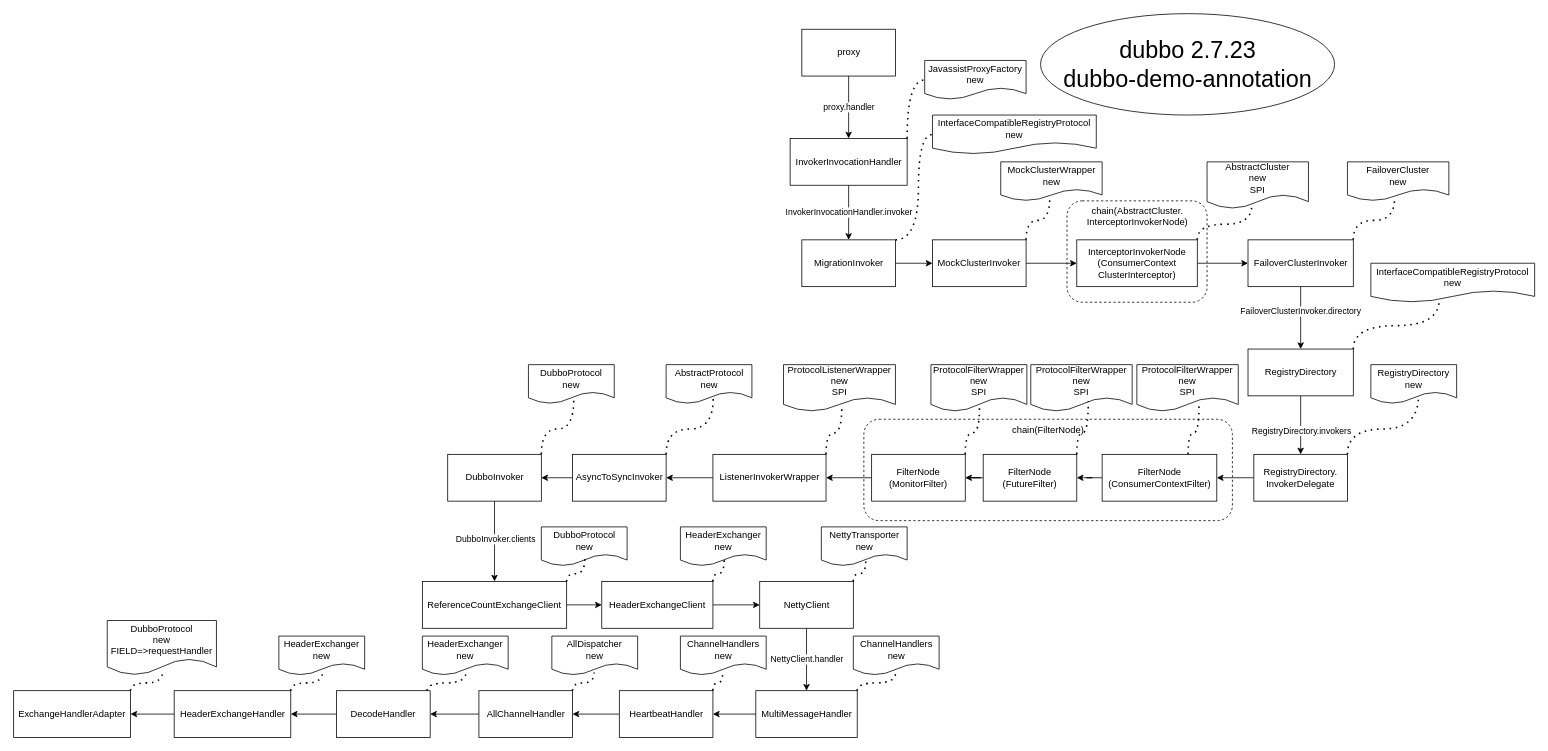
Earlier version of the draw.io diagram page "消费者对象关系" (1 of 4) of diagrams/structural-diagram.drawio (quec1994/dubbo-commentary). Source tidied: cells renumbered, new cells numbered last; positions are measured from the earlier drawing's top-left corner, leaving out a move shared by most shapes. Both pictures are drawn from the tidied source at 78%, with x=0, y=0 at pixel (13, 13).
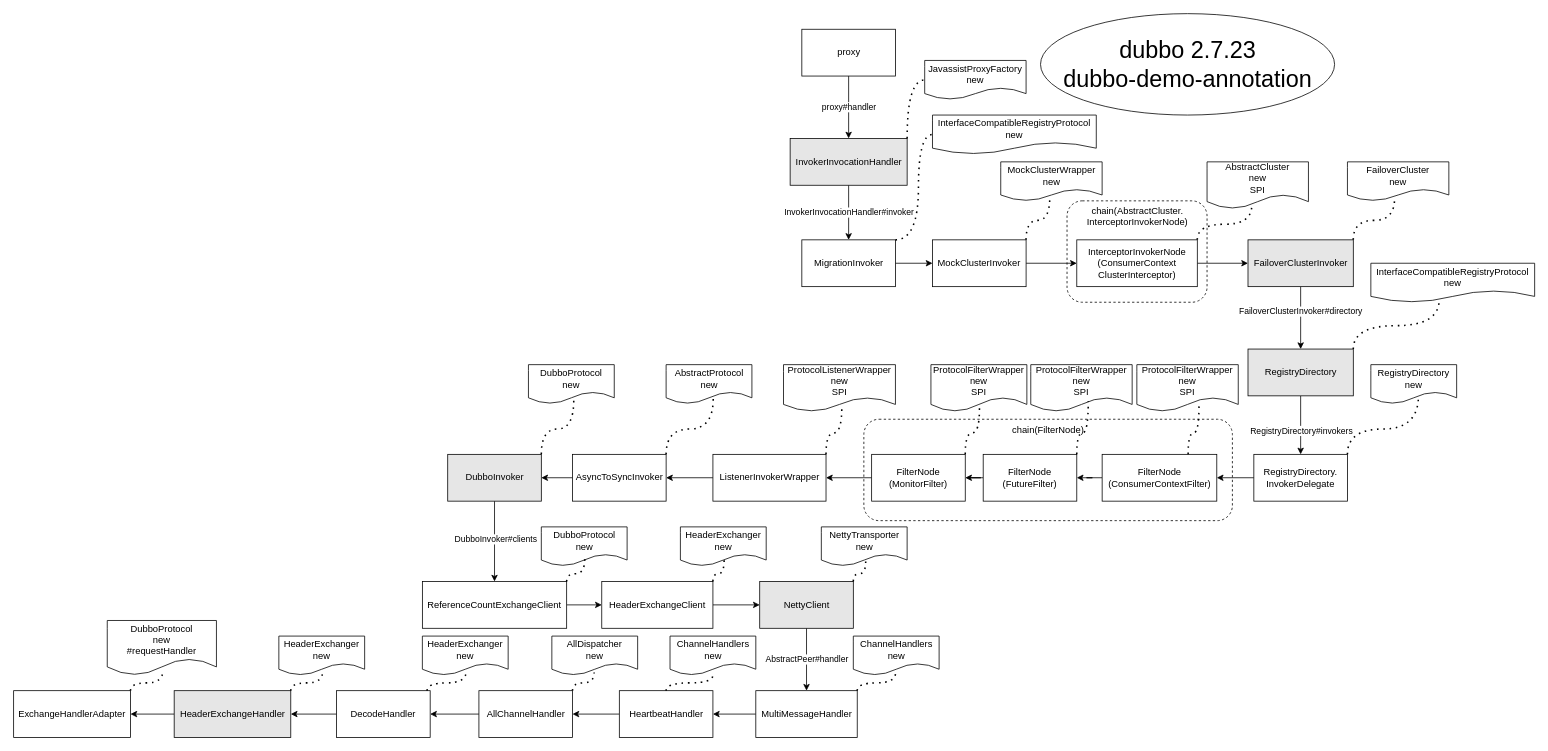
Above is the later version.

Unchanged cells that the change refers to:
```xml
<mxCell id="6" value="MigrationInvoker" style="whiteSpace=wrap;html=1;rounded=0;" parent="1" vertex="1">
  <mxGeometry x="1010.5" y="290" width="120" height="60" as="geometry" />
</mxCell>
<mxCell id="11" style="edgeStyle=orthogonalEdgeStyle;rounded=0;jettySize=auto;html=1;" parent="1" edge="1" source="13" target="16">
  <mxGeometry relative="1" as="geometry" />
</mxCell>
<mxCell id="14" style="edgeStyle=orthogonalEdgeStyle;rounded=0;jettySize=auto;html=1;" parent="1" edge="1" source="16" target="19">
  <mxGeometry relative="1" as="geometry" />
</mxCell>
<mxCell id="24" style="edgeStyle=orthogonalEdgeStyle;rounded=0;jettySize=auto;html=1;" parent="1" edge="1" source="26" target="28">
  <mxGeometry relative="1" as="geometry" />
</mxCell>
<mxCell id="34" value="MultiMessageHandler" style="whiteSpace=wrap;html=1;rounded=0;" parent="1" vertex="1">
  <mxGeometry x="951.5" y="868" width="130" height="60" as="geometry" />
</mxCell>
<mxCell id="36" value="HeartbeatHandler" style="whiteSpace=wrap;html=1;rounded=0;" parent="1" vertex="1">
  <mxGeometry x="776.5" y="868" width="120" height="60" as="geometry" />
</mxCell>
```

The edit, as a diff of the source:
```diff
@@
-    <mxCell id="2" value="InvokerInvocationHandler.invoker" style="edgeStyle=orthogonalEdgeStyle;rounded=0;jettySize=auto;html=1;" parent="1" edge="1" source="3" target="6">
+    <mxCell id="2" value="InvokerInvocationHandler#invoker" style="edgeStyle=orthogonalEdgeStyle;rounded=0;jettySize=auto;html=1;" parent="1" edge="1" source="3" target="6">
       <mxGeometry relative="1" as="geometry" />
     </mxCell>
-    <mxCell id="3" value="InvokerInvocationHandler" style="rounded=0;whiteSpace=wrap;html=1;" parent="1" vertex="1">
+    <mxCell id="3" value="InvokerInvocationHandler" style="rounded=0;whiteSpace=wrap;html=1;fillColor=#E6E6E6;" parent="1" vertex="1">
       <mxGeometry x="995.5" y="160" width="150" height="60" as="geometry" />
     </mxCell>
@@
-    <mxCell id="12" value="FailoverClusterInvoker.directory" style="edgeLabel;html=1;align=center;verticalAlign=middle;" parent="11" vertex="1">
+    <mxCell id="12" value="FailoverClusterInvoker#directory" style="edgeLabel;html=1;align=center;verticalAlign=middle;" parent="11" vertex="1">
       <mxGeometry x="-0.23" y="-1" relative="1" as="geometry" />
     </mxCell>
-    <mxCell id="13" value="FailoverClusterInvoker" style="rounded=0;whiteSpace=wrap;html=1;" parent="1" vertex="1">
+    <mxCell id="13" value="FailoverClusterInvoker" style="rounded=0;whiteSpace=wrap;html=1;fillColor=#E6E6E6;" parent="1" vertex="1">
       <mxGeometry x="1582.5" y="290" width="135" height="60" as="geometry" />
     </mxCell>
@@
-    <mxCell id="15" value="RegistryDirectory.invokers" style="edgeLabel;html=1;align=center;verticalAlign=middle;" parent="14" vertex="1">
+    <mxCell id="15" value="RegistryDirectory#invokers" style="edgeLabel;html=1;align=center;verticalAlign=middle;" parent="14" vertex="1">
       <mxGeometry x="0.18" relative="1" as="geometry" />
     </mxCell>
-    <mxCell id="16" value="RegistryDirectory" style="rounded=0;whiteSpace=wrap;html=1;" parent="1" vertex="1">
+    <mxCell id="16" value="RegistryDirectory" style="rounded=0;whiteSpace=wrap;html=1;fillColor=#E6E6E6;" parent="1" vertex="1">
       <mxGeometry x="1582.5" y="430" width="135" height="60" as="geometry" />
     </mxCell>
@@
-    <mxCell id="25" value="DubboInvoker.clients" style="edgeLabel;html=1;align=center;verticalAlign=middle;" parent="24" vertex="1">
+    <mxCell id="25" value="DubboInvoker#clients" style="edgeLabel;html=1;align=center;verticalAlign=middle;" parent="24" vertex="1">
       <mxGeometry x="-0.07" y="1" relative="1" as="geometry" />
     </mxCell>
-    <mxCell id="26" value="DubboInvoker" style="whiteSpace=wrap;html=1;rounded=0;" parent="1" vertex="1">
+    <mxCell id="26" value="DubboInvoker" style="whiteSpace=wrap;html=1;rounded=0;fillColor=#E6E6E6;" parent="1" vertex="1">
       <mxGeometry x="556.5" y="565" width="120" height="60" as="geometry" />
     </mxCell>
@@
-    <mxCell id="31" value="NettyClient.handler" style="edgeStyle=orthogonalEdgeStyle;rounded=0;jettySize=auto;html=1;" parent="1" edge="1" source="32" target="34">
+    <mxCell id="31" value="AbstractPeer#handler" style="edgeStyle=orthogonalEdgeStyle;rounded=0;jettySize=auto;html=1;" parent="1" edge="1" source="32" target="34">
       <mxGeometry relative="1" as="geometry" />
     </mxCell>
-    <mxCell id="32" value="NettyClient" style="whiteSpace=wrap;html=1;rounded=0;" parent="1" vertex="1">
+    <mxCell id="32" value="NettyClient" style="whiteSpace=wrap;html=1;rounded=0;fillColor=#E6E6E6;" parent="1" vertex="1">
       <mxGeometry x="956.5" y="728" width="120" height="60" as="geometry" />
     </mxCell>
@@
-    <mxCell id="42" value="HeaderExchangeHandler" style="whiteSpace=wrap;html=1;rounded=0;" parent="1" vertex="1">
+    <mxCell id="42" value="HeaderExchangeHandler" style="whiteSpace=wrap;html=1;rounded=0;fillColor=#E6E6E6;" parent="1" vertex="1">
       <mxGeometry x="205.8" y="868" width="149.5" height="60" as="geometry" />
     </mxCell>
-    <mxCell id="43" value="ExchangeHandlerAdapter" style="whiteSpace=wrap;html=1;rounded=0;" parent="1" vertex="1">
+    <mxCell id="43" value="ExchangeHandlerAdapter" style="whiteSpace=wrap;html=1;rounded=0;fillColor=#FFFFFF;" parent="1" vertex="1">
       <mxGeometry y="868" width="149.8" height="60" as="geometry" />
     </mxCell>
-    <mxCell id="44" value="proxy.handler" style="edgeStyle=orthogonalEdgeStyle;rounded=0;jettySize=auto;html=1;" parent="1" edge="1" source="45" target="3">
+    <mxCell id="44" value="proxy#handler" style="edgeStyle=orthogonalEdgeStyle;rounded=0;jettySize=auto;html=1;" parent="1" edge="1" source="45" target="3">
       <mxGeometry relative="1" as="geometry">
         <Array as="points">
           <mxPoint x="1071" y="120" />
           <mxPoint x="1071" y="120" />
         </Array>
       </mxGeometry>
     </mxCell>
-    <mxCell id="45" value="proxy" style="whiteSpace=wrap;html=1;rounded=0;" parent="1" vertex="1">
+    <mxCell id="45" value="proxy" style="whiteSpace=wrap;html=1;rounded=0;fillColor=#FFFFFF;" parent="1" vertex="1">
       <mxGeometry x="1010.5" y="20" width="120" height="60" as="geometry" />
     </mxCell>
@@
     <mxCell id="87" value="ChannelHandlers&lt;br&gt;new" style="shape=document;whiteSpace=wrap;html=1;boundedLbl=1;" parent="1" vertex="1">
-      <mxGeometry x="854.8" y="798" width="110" height="50" as="geometry" />
+      <mxGeometry x="841.5" y="798" width="110" height="50" as="geometry" />
     </mxCell>
-    <mxCell id="88" style="endArrow=none;dashed=1;html=1;dashPattern=1 3;strokeWidth=2;rounded=0;entryX=0.493;entryY=0.932;entryDx=0;entryDy=0;entryPerimeter=0;exitX=1;exitY=0;exitDx=0;exitDy=0;edgeStyle=orthogonalEdgeStyle;curved=1;" parent="1" edge="1" source="36" target="87">
+    <mxCell id="88" style="endArrow=none;dashed=1;html=1;dashPattern=1 3;strokeWidth=2;rounded=0;edgeStyle=orthogonalEdgeStyle;curved=1;" parent="1" edge="1" source="36" target="87">
       <mxGeometry relative="1" as="geometry" />
     </mxCell>
@@
-    <mxCell id="91" value="DubboProtocol&lt;br&gt;new&lt;br&gt;FIELD=&amp;gt;requestHandler" style="shape=document;whiteSpace=wrap;html=1;boundedLbl=1;" parent="1" vertex="1">
+    <mxCell id="91" value="DubboProtocol&lt;br&gt;new&lt;br&gt;#requestHandler" style="shape=document;whiteSpace=wrap;html=1;boundedLbl=1;" parent="1" vertex="1">
       <mxGeometry x="120" y="778" width="140" height="70" as="geometry" />
     </mxCell>
```
